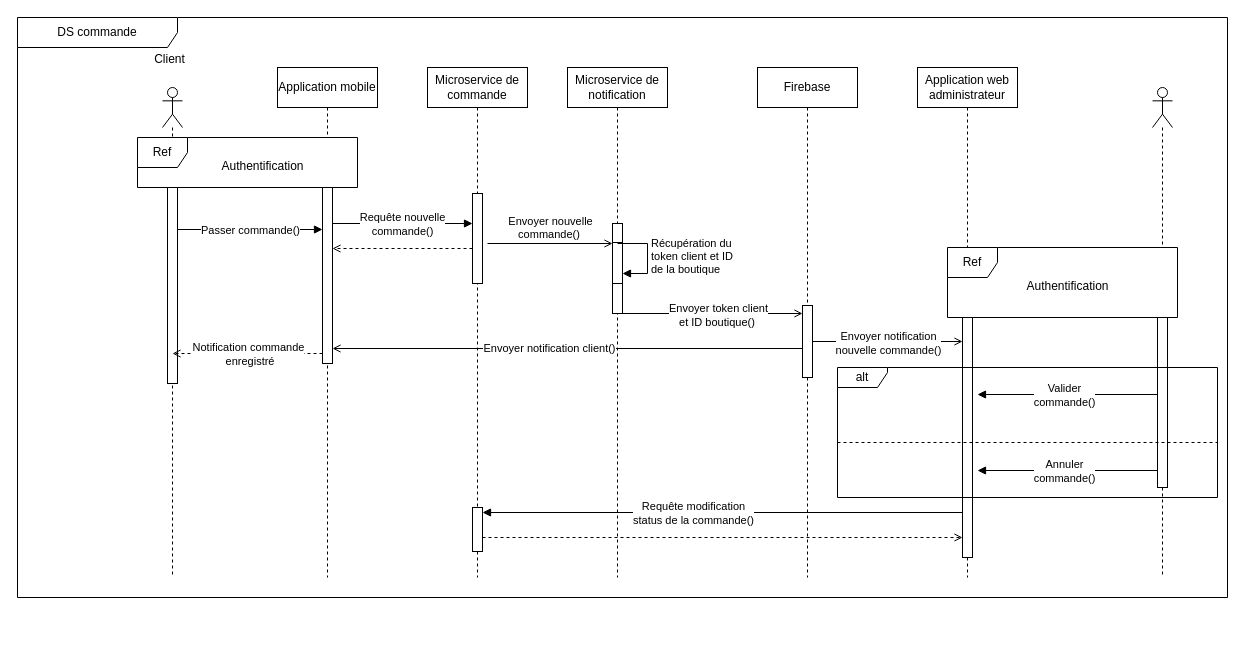
Before: page "DS-3-GESTION-COMMANDE" (7 of 7) of Diagramme cas d'utiilisation katina.drawio in kbvac/Diagramme-UML, a draw.io diagram. Source tidied: cells renumbered, new cells numbered last; positions are measured from the earlier drawing's top-left corner, leaving out a move shared by most shapes. Both pictures are drawn from the tidied source at 100%, with x=0, y=0 at pixel (17, 17).
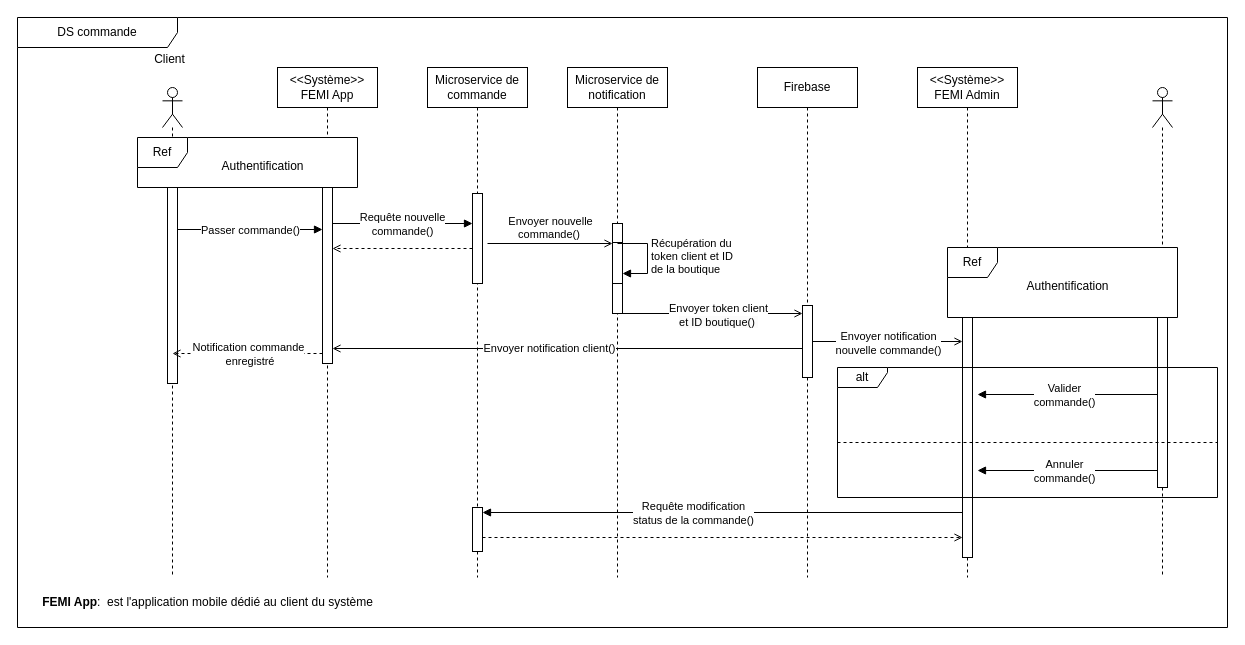
After the change.

Diff of the diagram source:
```diff
@@
     <mxCell id="8" value="DS commande" style="shape=umlFrame;whiteSpace=wrap;html=1;width=160;" parent="1" vertex="1">
-      <mxGeometry width="1210" height="580" as="geometry" />
+      <mxGeometry width="1210" height="610" as="geometry" />
     </mxCell>
@@
-    <mxCell id="12" value="Application mobile" style="shape=umlLifeline;perimeter=lifelinePerimeter;whiteSpace=wrap;html=1;newEdgeStyle={&quot;edgeStyle&quot;:&quot;elbowEdgeStyle&quot;,&quot;elbow&quot;:&quot;vertical&quot;,&quot;curved&quot;:0,&quot;rounded&quot;:0};" parent="8" vertex="1">
+    <mxCell id="12" value="&amp;lt;&amp;lt;Système&amp;gt;&amp;gt;&lt;br style=&quot;border-color: var(--border-color);&quot;&gt;FEMI App" style="shape=umlLifeline;perimeter=lifelinePerimeter;whiteSpace=wrap;html=1;newEdgeStyle={&quot;edgeStyle&quot;:&quot;elbowEdgeStyle&quot;,&quot;elbow&quot;:&quot;vertical&quot;,&quot;curved&quot;:0,&quot;rounded&quot;:0};" parent="8" vertex="1">
       <mxGeometry x="260" y="50" width="100" height="510" as="geometry" />
     </mxCell>
@@
-    <mxCell id="31" value="Application web administrateur" style="shape=umlLifeline;perimeter=lifelinePerimeter;whiteSpace=wrap;html=1;newEdgeStyle={&quot;edgeStyle&quot;:&quot;elbowEdgeStyle&quot;,&quot;elbow&quot;:&quot;vertical&quot;,&quot;curved&quot;:0,&quot;rounded&quot;:0};" parent="8" vertex="1">
+    <mxCell id="31" value="&amp;lt;&amp;lt;Système&amp;gt;&amp;gt;&lt;br style=&quot;border-color: var(--border-color);&quot;&gt;FEMI Admin" style="shape=umlLifeline;perimeter=lifelinePerimeter;whiteSpace=wrap;html=1;newEdgeStyle={&quot;edgeStyle&quot;:&quot;elbowEdgeStyle&quot;,&quot;elbow&quot;:&quot;vertical&quot;,&quot;curved&quot;:0,&quot;rounded&quot;:0};" parent="8" vertex="1">
       <mxGeometry x="900" y="50" width="100" height="510" as="geometry" />
     </mxCell>
@@
+    <mxCell id="48" value="&lt;b&gt;FEMI App&lt;/b&gt;:&amp;nbsp;&lt;i style=&quot;font-weight: bold;&quot;&gt;&amp;nbsp;&lt;/i&gt;est l'application mobile dédié au client du système" style="text;html=1;align=center;verticalAlign=middle;strokeColor=none;fillColor=none;" parent="8" vertex="1">
+      <mxGeometry x="15" y="570" width="350" height="30" as="geometry" />
+    </mxCell>
```
